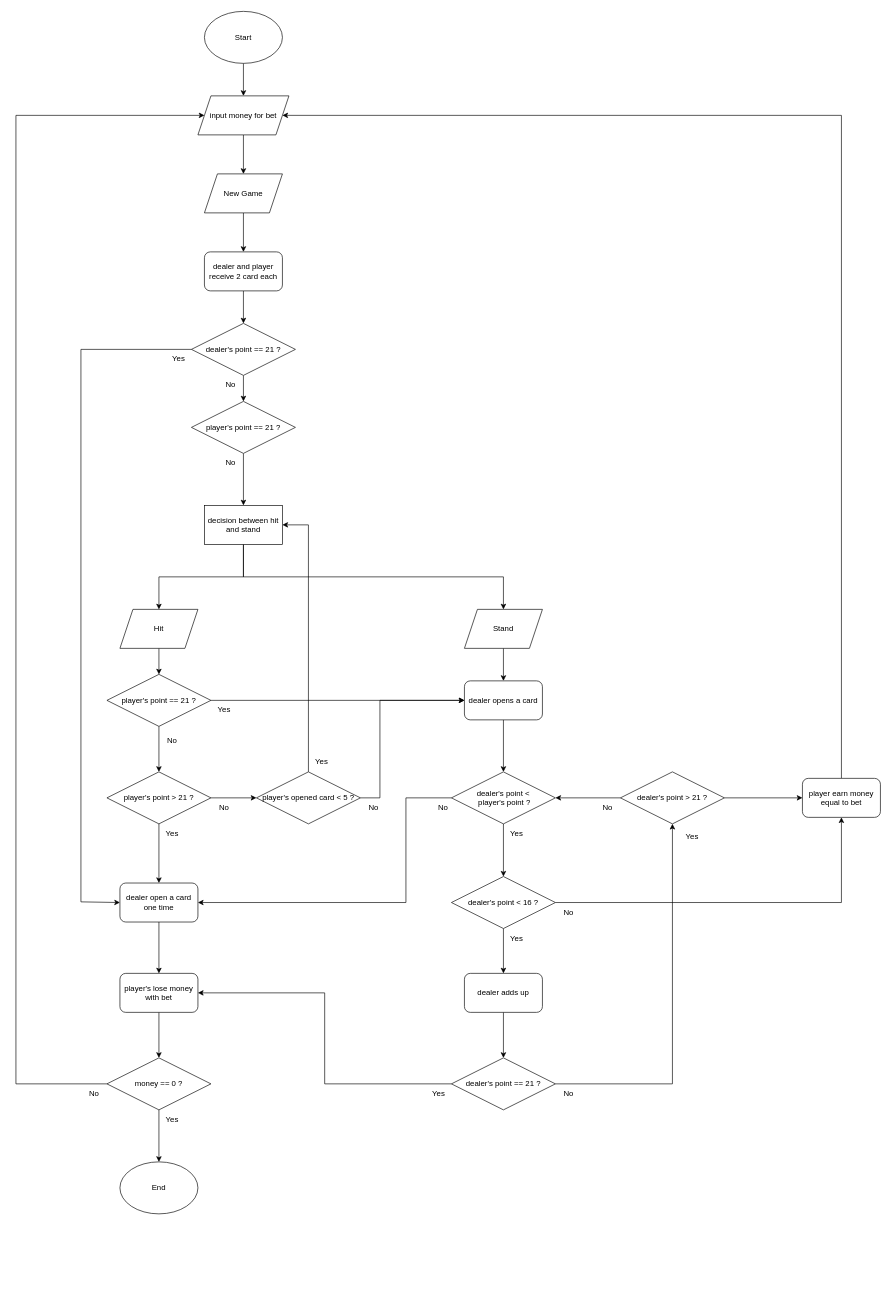
This is Untitled Diagram.drawio from LeeLokHinBruce/BlackJack, a draw.io file, before an edit. Source tidied: cells renumbered, new cells numbered last; positions are measured from the earlier drawing's top-left corner, leaving out a move shared by most shapes. Both pictures are drawn from the tidied source at 65%, with x=0, y=0 at pixel (16, 11).
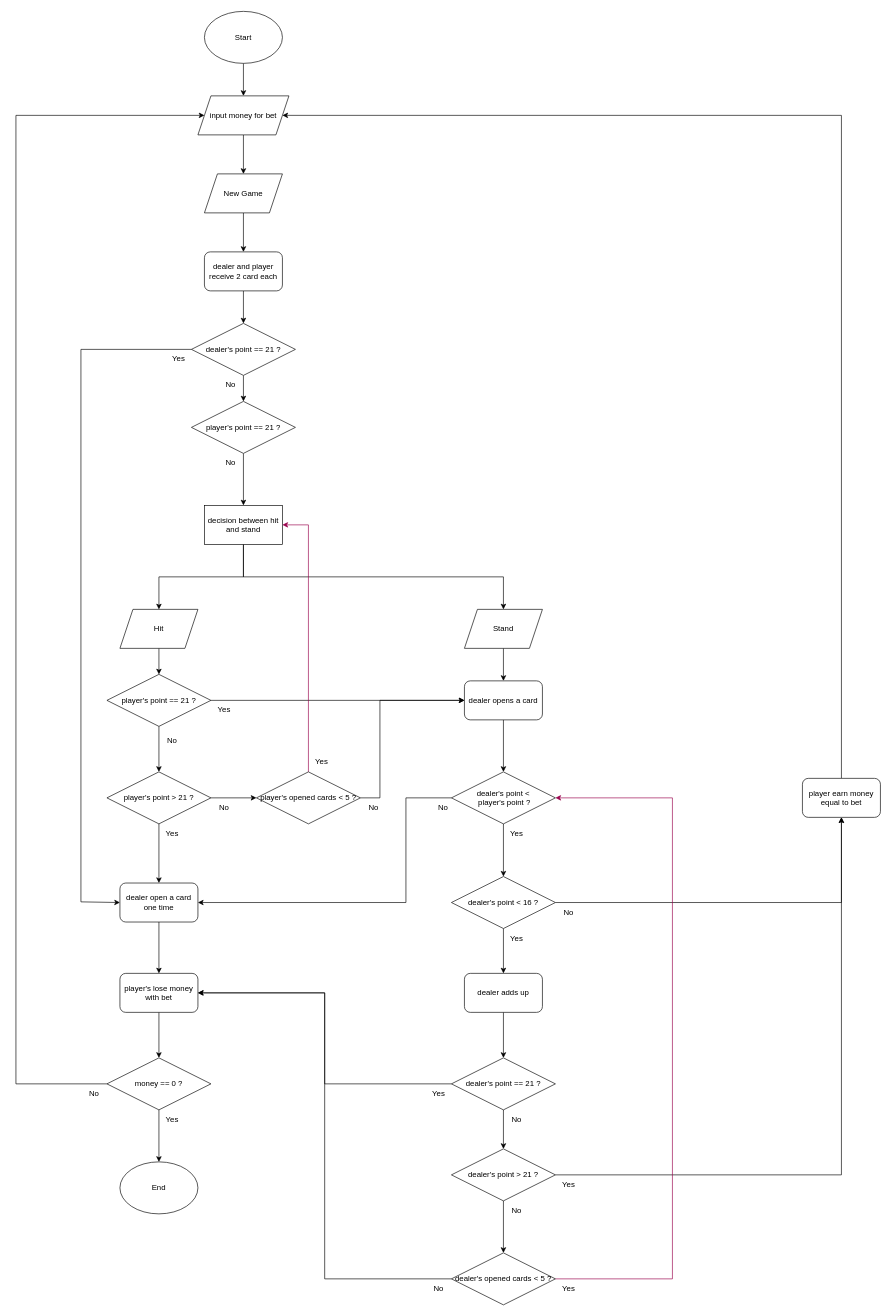
The same page after the edit.

Unchanged cells that the change refers to:
```xml
<mxCell id="31" value="decision between hit and stand" style="rounded=0;whiteSpace=wrap;html=1;" parent="1" vertex="1">
  <mxGeometry x="290" y="760" width="120" height="60" as="geometry" />
</mxCell>
<mxCell id="41" value="player's lose money with bet" style="rounded=1;whiteSpace=wrap;html=1;" parent="1" vertex="1">
  <mxGeometry x="160" y="1480" width="120" height="60" as="geometry" />
</mxCell>
<mxCell id="56" value="dealer's point &amp;lt;&lt;br&gt;&amp;nbsp;player's point ?" style="rhombus;whiteSpace=wrap;html=1;" parent="1" vertex="1">
  <mxGeometry x="670" y="1170" width="160" height="80" as="geometry" />
</mxCell>
<mxCell id="61" value="player earn money equal to bet" style="rounded=1;whiteSpace=wrap;html=1;" parent="1" vertex="1">
  <mxGeometry x="1210" y="1180" width="120" height="60" as="geometry" />
</mxCell>
<mxCell id="65" value="dealer's point == 21 ?" style="rhombus;whiteSpace=wrap;html=1;" parent="1" vertex="1">
  <mxGeometry x="670" y="1610" width="160" height="80" as="geometry" />
</mxCell>
```

The edit, as a diff of the source:
```diff
@@
-    <mxCell id="20" style="edgeStyle=orthogonalEdgeStyle;rounded=0;jettySize=auto;html=1;" parent="1" edge="1" source="22" target="56">
-      <mxGeometry relative="1" as="geometry" />
-    </mxCell>
-    <mxCell id="21" style="edgeStyle=orthogonalEdgeStyle;rounded=0;jettySize=auto;html=1;entryX=0;entryY=0.5;entryDx=0;entryDy=0;" parent="1" edge="1" source="22" target="61">
+    <mxCell id="21" style="edgeStyle=orthogonalEdgeStyle;rounded=0;jettySize=auto;html=1;entryX=0.5;entryY=1;entryDx=0;entryDy=0;" parent="1" edge="1" source="22" target="61">
       <mxGeometry relative="1" as="geometry" />
     </mxCell>
+    <mxCell id="77" style="edgeStyle=orthogonalEdgeStyle;rounded=0;jettySize=auto;html=1;" parent="1" edge="1" source="22" target="80">
+      <mxGeometry relative="1" as="geometry" />
+    </mxCell>
     <mxCell id="22" value="dealer's point &amp;gt; 21 ?" style="rhombus;whiteSpace=wrap;html=1;" parent="1" vertex="1">
-      <mxGeometry x="930" y="1170" width="160" height="80" as="geometry" />
+      <mxGeometry x="670" y="1750" width="160" height="80" as="geometry" />
     </mxCell>
@@
-    <mxCell id="64" style="edgeStyle=orthogonalEdgeStyle;rounded=0;jettySize=auto;html=1;entryX=0.5;entryY=1;entryDx=0;entryDy=0;" parent="1" edge="1" source="65" target="22">
+    <mxCell id="64" style="edgeStyle=orthogonalEdgeStyle;rounded=0;jettySize=auto;html=1;" parent="1" edge="1" source="65" target="22">
       <mxGeometry relative="1" as="geometry" />
     </mxCell>
@@
     <mxCell id="68" value="No" style="text;html=1;align=center;verticalAlign=middle;strokeColor=none;fillColor=none;" parent="1" vertex="1">
-      <mxGeometry x="830" y="1650" width="40" height="30" as="geometry" />
+      <mxGeometry x="750" y="1690" width="40" height="30" as="geometry" />
     </mxCell>
-    <mxCell id="69" value="No" style="text;html=1;align=center;verticalAlign=middle;strokeColor=none;fillColor=none;" parent="1" vertex="1">
-      <mxGeometry x="890" y="1210" width="40" height="30" as="geometry" />
-    </mxCell>
@@
-    <mxCell id="71" style="edgeStyle=orthogonalEdgeStyle;rounded=0;jettySize=auto;html=1;entryX=1;entryY=0.5;entryDx=0;entryDy=0;" parent="1" edge="1" source="72" target="31">
+    <mxCell id="71" style="edgeStyle=orthogonalEdgeStyle;rounded=0;jettySize=auto;html=1;entryX=1;entryY=0.5;entryDx=0;entryDy=0;strokeColor=#99004D;" parent="1" edge="1" source="72" target="31">
       <mxGeometry relative="1" as="geometry" />
     </mxCell>
-    <mxCell id="72" value="player's opened card &amp;lt; 5 ?" style="rhombus;whiteSpace=wrap;html=1;" parent="1" vertex="1">
+    <mxCell id="72" value="player's opened cards &amp;lt; 5 ?" style="rhombus;whiteSpace=wrap;html=1;" parent="1" vertex="1">
       <mxGeometry x="370" y="1170" width="160" height="80" as="geometry" />
     </mxCell>
@@
-    <mxCell id="74" value="Yes" style="text;html=1;align=center;verticalAlign=middle;strokeColor=none;fillColor=none;" parent="1" vertex="1">
+    <mxCell id="74" value="Yes" style="text;html=1;align=center;verticalAlign=middle;" parent="1" vertex="1">
       <mxGeometry x="450" y="1140" width="40" height="30" as="geometry" />
     </mxCell>
-    <mxCell id="75" value="Yes" style="text;html=1;align=center;verticalAlign=middle;strokeColor=none;fillColor=none;" parent="1" vertex="1">
-      <mxGeometry x="1020" y="1255" width="40" height="30" as="geometry" />
-    </mxCell>
@@
+    <mxCell id="78" style="edgeStyle=orthogonalEdgeStyle;rounded=0;jettySize=auto;html=1;entryX=1;entryY=0.5;entryDx=0;entryDy=0;" parent="1" edge="1" source="80" target="41">
+      <mxGeometry relative="1" as="geometry" />
+    </mxCell>
+    <mxCell id="79" style="edgeStyle=orthogonalEdgeStyle;rounded=0;jettySize=auto;html=1;entryX=1;entryY=0.5;entryDx=0;entryDy=0;strokeColor=#99004D;" parent="1" edge="1" source="80" target="56">
+      <mxGeometry relative="1" as="geometry">
+        <Array as="points">
+          <mxPoint x="1010" y="1950" />
+          <mxPoint x="1010" y="1210" />
+        </Array>
+      </mxGeometry>
+    </mxCell>
+    <mxCell id="80" value="dealer's opened cards &amp;lt; 5 ?" style="rhombus;whiteSpace=wrap;html=1;" parent="1" vertex="1">
+      <mxGeometry x="670" y="1910" width="160" height="80" as="geometry" />
+    </mxCell>
+    <mxCell id="81" value="Yes" style="text;html=1;align=center;verticalAlign=middle;strokeColor=none;fillColor=none;" parent="1" vertex="1">
+      <mxGeometry x="830" y="1790" width="40" height="30" as="geometry" />
+    </mxCell>
+    <mxCell id="82" value="No" style="text;html=1;align=center;verticalAlign=middle;strokeColor=none;fillColor=none;" parent="1" vertex="1">
+      <mxGeometry x="750" y="1830" width="40" height="30" as="geometry" />
+    </mxCell>
+    <mxCell id="83" value="No" style="text;html=1;align=center;verticalAlign=middle;strokeColor=none;fillColor=none;" parent="1" vertex="1">
+      <mxGeometry x="630" y="1950" width="40" height="30" as="geometry" />
+    </mxCell>
+    <mxCell id="84" value="Yes" style="text;html=1;align=center;verticalAlign=middle;strokeColor=none;fillColor=none;" parent="1" vertex="1">
+      <mxGeometry x="830" y="1950" width="40" height="30" as="geometry" />
+    </mxCell>
```
